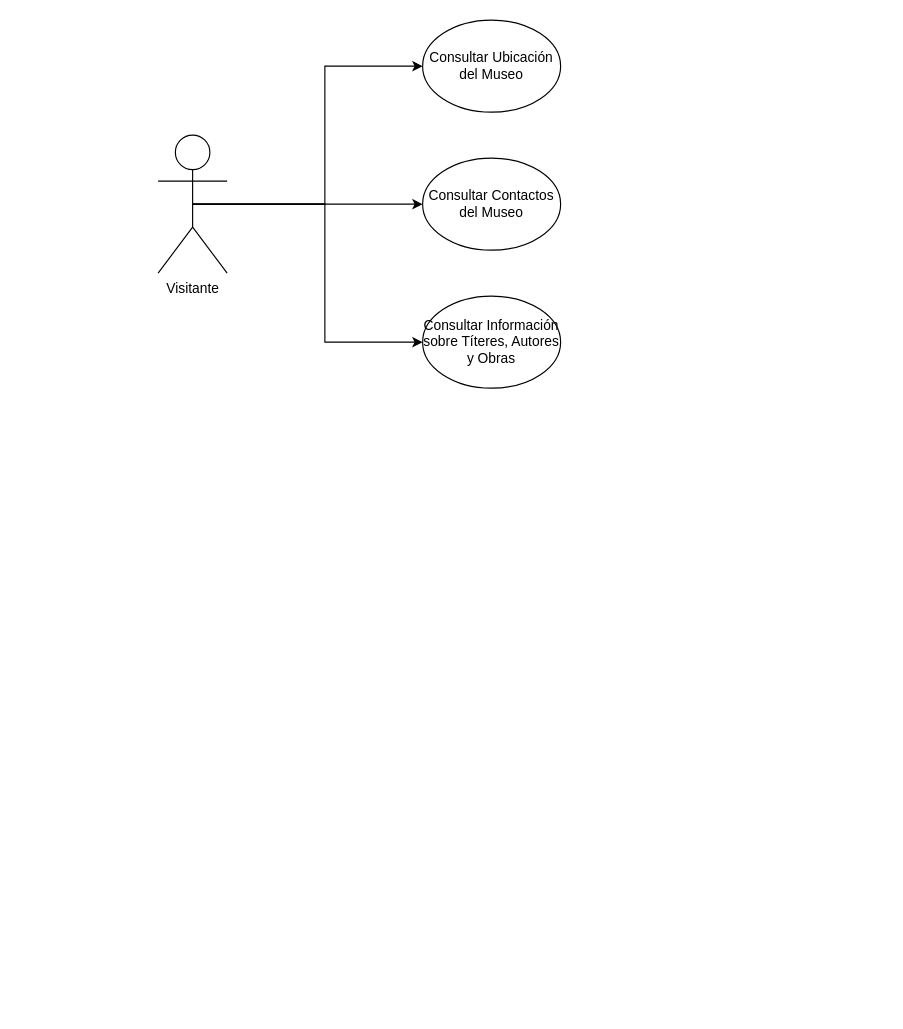
The draw.io diagram DiagramaPaginaEcomuseo.drawio in luigui29/ecomuseo-marioeddy, before the edit. Source tidied: cells renumbered, new cells numbered last; positions are measured from the earlier drawing's top-left corner, leaving out a move shared by most shapes. Both pictures are drawn from the tidied source at 115%, with x=0, y=0 at pixel (158, 20).
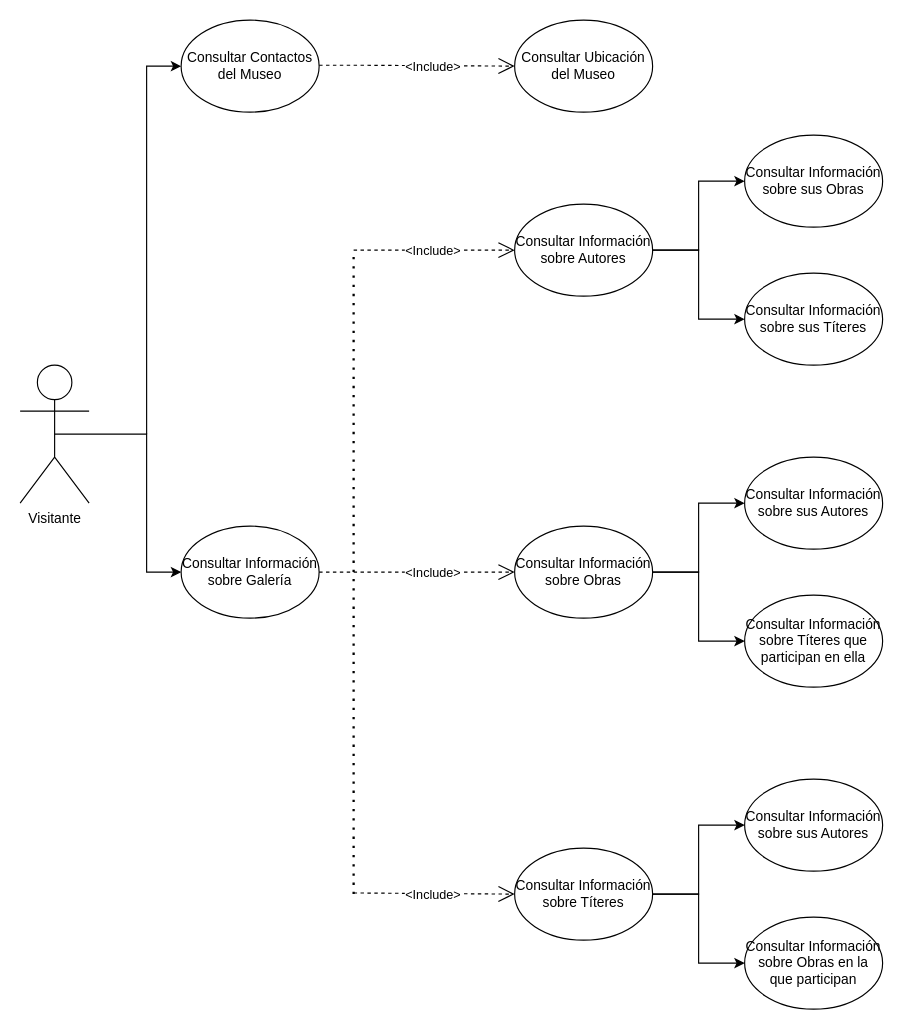
Above is the later version.

Diff of the diagram source:
```diff
@@
-    <mxCell id="2" style="edgeStyle=orthogonalEdgeStyle;rounded=0;jettySize=auto;html=1;exitX=0.5;exitY=0.5;exitDx=0;exitDy=0;exitPerimeter=0;entryX=0;entryY=0.5;entryDx=0;entryDy=0;" parent="1" edge="1" source="5" target="6">
-      <mxGeometry relative="1" as="geometry" />
-    </mxCell>
-    <mxCell id="3" style="edgeStyle=orthogonalEdgeStyle;rounded=0;jettySize=auto;html=1;exitX=0.5;exitY=0.5;exitDx=0;exitDy=0;exitPerimeter=0;entryX=0;entryY=0.5;entryDx=0;entryDy=0;" parent="1" edge="1" source="5" target="7">
-      <mxGeometry relative="1" as="geometry" />
+    <mxCell id="3" style="edgeStyle=orthogonalEdgeStyle;rounded=0;jettySize=auto;html=1;entryX=0;entryY=0.5;entryDx=0;entryDy=0;" parent="1" edge="1" target="7">
+      <mxGeometry relative="1" as="geometry">
+        <mxPoint x="-10" y="360" as="sourcePoint" />
+        <Array as="points">
+          <mxPoint x="-10" y="160" />
+          <mxPoint x="-10" y="40" />
+        </Array>
+      </mxGeometry>
     </mxCell>
     <mxCell id="4" style="edgeStyle=orthogonalEdgeStyle;rounded=0;jettySize=auto;html=1;exitX=0.5;exitY=0.5;exitDx=0;exitDy=0;exitPerimeter=0;entryX=0;entryY=0.5;entryDx=0;entryDy=0;" parent="1" edge="1" source="5" target="8">
-      <mxGeometry relative="1" as="geometry" />
+      <mxGeometry relative="1" as="geometry">
+        <Array as="points">
+          <mxPoint x="-10" y="360" />
+          <mxPoint x="-10" y="480" />
+        </Array>
+      </mxGeometry>
     </mxCell>
     <mxCell id="5" value="Visitante" style="shape=umlActor;verticalLabelPosition=bottom;verticalAlign=top;html=1;outlineConnect=0;" parent="1" vertex="1">
-      <mxGeometry y="100" width="60" height="120" as="geometry" />
+      <mxGeometry x="-120" y="300" width="60" height="120" as="geometry" />
     </mxCell>
     <mxCell id="6" value="Consultar Ubicación del Museo" style="ellipse;whiteSpace=wrap;html=1;" parent="1" vertex="1">
-      <mxGeometry x="230" width="120" height="80" as="geometry" />
+      <mxGeometry x="310" width="120" height="80" as="geometry" />
     </mxCell>
     <mxCell id="7" value="Consultar Contactos del Museo" style="ellipse;whiteSpace=wrap;html=1;" parent="1" vertex="1">
-      <mxGeometry x="230" y="120" width="120" height="80" as="geometry" />
+      <mxGeometry x="20" width="120" height="80" as="geometry" />
     </mxCell>
-    <mxCell id="8" value="Consultar Información sobre Títeres, Autores y Obras" style="ellipse;whiteSpace=wrap;html=1;" parent="1" vertex="1">
-      <mxGeometry x="230" y="240" width="120" height="80" as="geometry" />
+    <mxCell id="8" value="Consultar Información sobre Galería" style="ellipse;whiteSpace=wrap;html=1;" parent="1" vertex="1">
+      <mxGeometry x="20" y="440" width="120" height="80" as="geometry" />
     </mxCell>
+    <mxCell id="9" value="Consultar Información sobre Autores" style="ellipse;whiteSpace=wrap;html=1;" parent="1" vertex="1">
+      <mxGeometry x="310" y="160" width="120" height="80" as="geometry" />
+    </mxCell>
+    <mxCell id="10" value="Consultar Información sobre Obras" style="ellipse;whiteSpace=wrap;html=1;" parent="1" vertex="1">
+      <mxGeometry x="310" y="440" width="120" height="80" as="geometry" />
+    </mxCell>
+    <mxCell id="11" style="endArrow=open;endSize=12;dashed=1;html=1;rounded=0;exitX=1;exitY=0.5;exitDx=0;exitDy=0;entryX=0;entryY=0.5;entryDx=0;entryDy=0;" parent="1" edge="1" target="6">
+      <mxGeometry relative="1" as="geometry">
+        <mxPoint x="140" y="39.2" as="sourcePoint" />
+        <Array as="points">
+          <mxPoint x="170" y="39.2" />
+        </Array>
+      </mxGeometry>
+    </mxCell>
+    <mxCell id="12" value="&lt;span&gt;&lt;span&gt;&amp;lt;&lt;/span&gt;&lt;/span&gt;&lt;span&gt;&lt;span&gt;Include&amp;gt;&lt;/span&gt;&lt;/span&gt;" style="edgeLabel;html=1;align=center;verticalAlign=middle;" parent="11" vertex="1">
+      <mxGeometry x="-0.06" y="1" relative="1" as="geometry">
+        <mxPoint x="18" y="2" as="offset" />
+      </mxGeometry>
+    </mxCell>
+    <mxCell id="13" value="Consultar Información sobre Títeres" style="ellipse;whiteSpace=wrap;html=1;" parent="1" vertex="1">
+      <mxGeometry x="310" y="720" width="120" height="80" as="geometry" />
+    </mxCell>
+    <mxCell id="14" style="endArrow=open;endSize=12;dashed=1;html=1;rounded=0;entryX=0;entryY=0.5;entryDx=0;entryDy=0;exitX=1;exitY=0.5;exitDx=0;exitDy=0;" parent="1" edge="1" source="8" target="10">
+      <mxGeometry relative="1" as="geometry" />
+    </mxCell>
+    <mxCell id="15" value="&lt;span&gt;&lt;span&gt;&amp;lt;&lt;/span&gt;&lt;/span&gt;&lt;span&gt;&lt;span&gt;Include&amp;gt;&lt;/span&gt;&lt;/span&gt;" style="edgeLabel;html=1;align=center;verticalAlign=middle;" parent="14" vertex="1">
+      <mxGeometry x="-0.06" y="1" relative="1" as="geometry">
+        <mxPoint x="18" y="1" as="offset" />
+      </mxGeometry>
+    </mxCell>
+    <mxCell id="16" style="endArrow=open;endSize=12;dashed=1;html=1;rounded=0;entryX=0;entryY=0.5;entryDx=0;entryDy=0;" parent="1" edge="1" target="9">
+      <mxGeometry x="-0.83" y="-60" relative="1" as="geometry">
+        <mxPoint x="170" y="200" as="sourcePoint" />
+      </mxGeometry>
+    </mxCell>
+    <mxCell id="17" style="endArrow=none;dashed=1;html=1;dashPattern=1 3;strokeWidth=2;rounded=0;" parent="1" edge="1">
+      <mxGeometry relative="1" as="geometry">
+        <mxPoint x="170" y="480" as="sourcePoint" />
+        <mxPoint x="170" y="200" as="targetPoint" />
+      </mxGeometry>
+    </mxCell>
+    <mxCell id="18" value="&lt;span&gt;&lt;span&gt;&amp;lt;&lt;/span&gt;&lt;/span&gt;&lt;span&gt;&lt;span&gt;Include&amp;gt;&lt;/span&gt;&lt;/span&gt;" style="edgeLabel;html=1;align=center;verticalAlign=middle;" parent="1" vertex="1">
+      <mxGeometry x="238" y="200" as="geometry" />
+    </mxCell>
+    <mxCell id="19" style="endArrow=open;endSize=12;dashed=1;html=1;rounded=0;entryX=0;entryY=0.5;entryDx=0;entryDy=0;" parent="1" edge="1" target="13">
+      <mxGeometry x="-0.83" y="-60" relative="1" as="geometry">
+        <mxPoint x="170" y="759" as="sourcePoint" />
+      </mxGeometry>
+    </mxCell>
+    <mxCell id="20" style="endArrow=none;dashed=1;html=1;dashPattern=1 3;strokeWidth=2;rounded=0;" parent="1" edge="1">
+      <mxGeometry relative="1" as="geometry">
+        <mxPoint x="170" y="760" as="sourcePoint" />
+        <mxPoint x="170" y="480" as="targetPoint" />
+      </mxGeometry>
+    </mxCell>
+    <mxCell id="21" value="&lt;span&gt;&lt;span&gt;&amp;lt;&lt;/span&gt;&lt;/span&gt;&lt;span&gt;&lt;span&gt;Include&amp;gt;&lt;/span&gt;&lt;/span&gt;" style="edgeLabel;html=1;align=center;verticalAlign=middle;" parent="1" vertex="1">
+      <mxGeometry x="238" y="760" as="geometry" />
+    </mxCell>
+    <mxCell id="22" value="Consultar Información sobre sus Obras" style="ellipse;whiteSpace=wrap;html=1;" parent="1" vertex="1">
+      <mxGeometry x="510" y="100" width="120" height="80" as="geometry" />
+    </mxCell>
+    <mxCell id="23" value="Consultar Información sobre sus Títeres" style="ellipse;whiteSpace=wrap;html=1;" parent="1" vertex="1">
+      <mxGeometry x="510" y="220" width="120" height="80" as="geometry" />
+    </mxCell>
+    <mxCell id="24" style="edgeStyle=orthogonalEdgeStyle;rounded=0;jettySize=auto;html=1;entryX=0;entryY=0.5;entryDx=0;entryDy=0;exitX=1;exitY=0.5;exitDx=0;exitDy=0;" parent="1" edge="1" source="9">
+      <mxGeometry relative="1" as="geometry">
+        <mxPoint x="510" y="140" as="targetPoint" />
+        <Array as="points">
+          <mxPoint x="470" y="200" />
+          <mxPoint x="470" y="140" />
+        </Array>
+      </mxGeometry>
+    </mxCell>
+    <mxCell id="25" style="edgeStyle=orthogonalEdgeStyle;rounded=0;jettySize=auto;html=1;entryX=0;entryY=0.5;entryDx=0;entryDy=0;exitX=1;exitY=0.5;exitDx=0;exitDy=0;" parent="1" edge="1" source="9">
+      <mxGeometry relative="1" as="geometry">
+        <mxPoint x="510" y="260" as="targetPoint" />
+        <Array as="points">
+          <mxPoint x="470" y="200" />
+          <mxPoint x="470" y="260" />
+        </Array>
+      </mxGeometry>
+    </mxCell>
+    <mxCell id="26" value="Consultar Información sobre sus Autores" style="ellipse;whiteSpace=wrap;html=1;" parent="1" vertex="1">
+      <mxGeometry x="510" y="380" width="120" height="80" as="geometry" />
+    </mxCell>
+    <mxCell id="27" value="Consultar Información sobre Títeres que participan en ella" style="ellipse;whiteSpace=wrap;html=1;" parent="1" vertex="1">
+      <mxGeometry x="510" y="500" width="120" height="80" as="geometry" />
+    </mxCell>
+    <mxCell id="28" style="edgeStyle=orthogonalEdgeStyle;rounded=0;orthogonalLoop=1;jettySize=auto;html=1;entryX=0;entryY=0.5;entryDx=0;entryDy=0;exitX=1;exitY=0.5;exitDx=0;exitDy=0;" parent="1" edge="1">
+      <mxGeometry relative="1" as="geometry">
+        <mxPoint x="430" y="480" as="sourcePoint" />
+        <mxPoint x="510" y="420" as="targetPoint" />
+        <Array as="points">
+          <mxPoint x="470" y="480" />
+          <mxPoint x="470" y="420" />
+        </Array>
+      </mxGeometry>
+    </mxCell>
+    <mxCell id="29" style="edgeStyle=orthogonalEdgeStyle;rounded=0;orthogonalLoop=1;jettySize=auto;html=1;entryX=0;entryY=0.5;entryDx=0;entryDy=0;exitX=1;exitY=0.5;exitDx=0;exitDy=0;" parent="1" edge="1">
+      <mxGeometry relative="1" as="geometry">
+        <mxPoint x="430" y="480" as="sourcePoint" />
+        <mxPoint x="510" y="540" as="targetPoint" />
+        <Array as="points">
+          <mxPoint x="470" y="480" />
+          <mxPoint x="470" y="540" />
+        </Array>
+      </mxGeometry>
+    </mxCell>
+    <mxCell id="30" value="Consultar Información sobre sus Autores" style="ellipse;whiteSpace=wrap;html=1;" parent="1" vertex="1">
+      <mxGeometry x="510" y="660" width="120" height="80" as="geometry" />
+    </mxCell>
+    <mxCell id="31" value="Consultar Información sobre Obras en la que participan" style="ellipse;whiteSpace=wrap;html=1;" parent="1" vertex="1">
+      <mxGeometry x="510" y="780" width="120" height="80" as="geometry" />
+    </mxCell>
+    <mxCell id="32" style="edgeStyle=orthogonalEdgeStyle;rounded=0;orthogonalLoop=1;jettySize=auto;html=1;entryX=0;entryY=0.5;entryDx=0;entryDy=0;exitX=1;exitY=0.5;exitDx=0;exitDy=0;" parent="1" edge="1">
+      <mxGeometry relative="1" as="geometry">
+        <mxPoint x="430" y="760" as="sourcePoint" />
+        <mxPoint x="510" y="700" as="targetPoint" />
+        <Array as="points">
+          <mxPoint x="470" y="760" />
+          <mxPoint x="470" y="700" />
+        </Array>
+      </mxGeometry>
+    </mxCell>
+    <mxCell id="33" style="edgeStyle=orthogonalEdgeStyle;rounded=0;orthogonalLoop=1;jettySize=auto;html=1;entryX=0;entryY=0.5;entryDx=0;entryDy=0;exitX=1;exitY=0.5;exitDx=0;exitDy=0;" parent="1" edge="1">
+      <mxGeometry relative="1" as="geometry">
+        <mxPoint x="430" y="760" as="sourcePoint" />
+        <mxPoint x="510" y="820" as="targetPoint" />
+        <Array as="points">
+          <mxPoint x="470" y="760" />
+          <mxPoint x="470" y="820" />
+        </Array>
+      </mxGeometry>
+    </mxCell>
```
